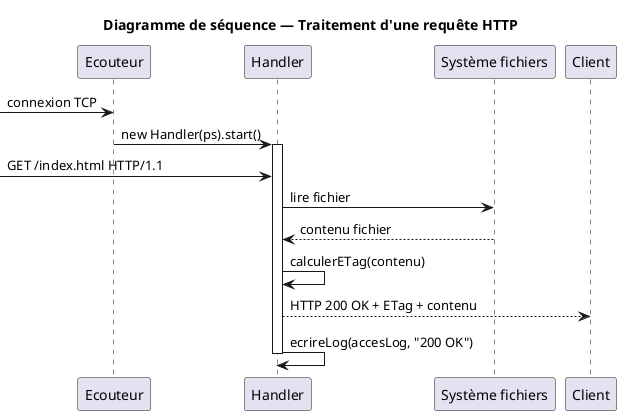
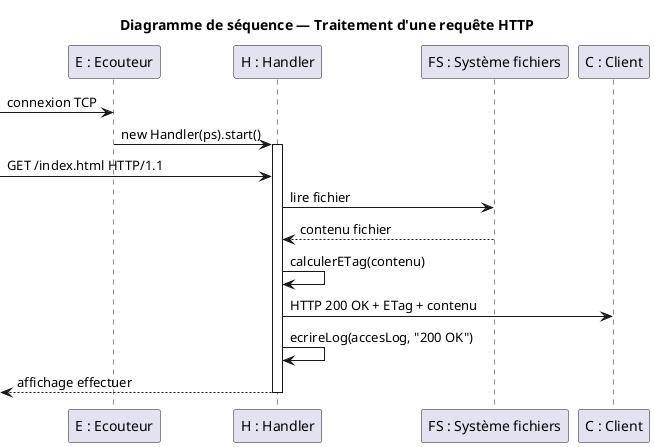
@startuml
title Diagramme de séquence — Traitement d'une requête HTTP


- participant "Ecouteur" as E
- participant "Handler" as H
- participant "Système fichiers" as FS
+ participant "E : Ecouteur" as E
+ participant "H : Handler" as H
+ participant "FS : Système fichiers" as FS
+ participant "C : Client" as C

 -> E : connexion TCP
E -> H : new Handler(ps).start()
activate H

 -> H : GET /index.html HTTP/1.1

H -> FS : lire fichier
FS --> H : contenu fichier

H -> H : calculerETag(contenu)


- H --> Client : HTTP 200 OK + ETag + contenu
+ H -> C : HTTP 200 OK + ETag + contenu
H -> H : ecrireLog(accesLog, "200 OK")
- 
+  <-- H: affichage effectuer
deactivate H


@enduml